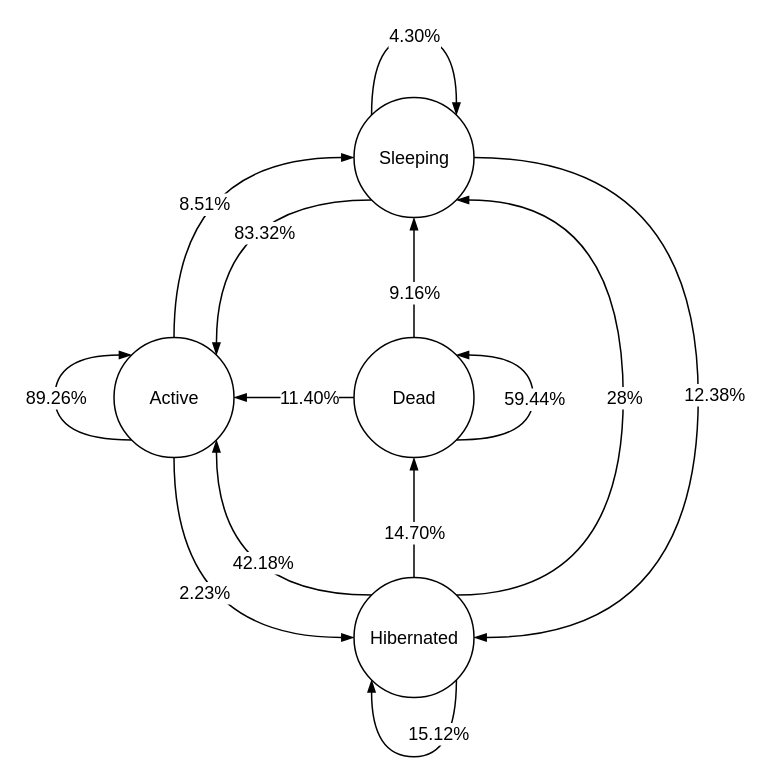
Above: Chains/average_chain.drawio in collab-uniba/developersInactivityAnalysis (draw.io), before the change. Source tidied: cells renumbered, new cells numbered last; positions are measured from the earlier drawing's top-left corner, leaving out a move shared by most shapes. Both pictures are drawn from the tidied source at 150%, with x=0, y=0 at pixel (54, 36).
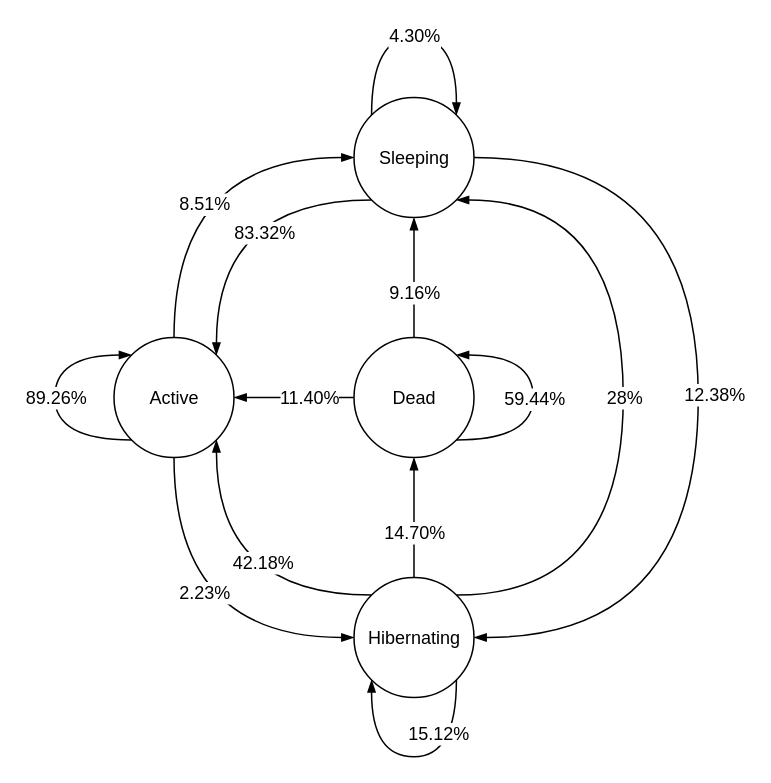
After the change.

Change to the diagram source:
```diff
@@
-    <mxCell id="23" value="Hibernated" style="ellipse;whiteSpace=wrap;html=1;" parent="1" vertex="1">
+    <mxCell id="23" value="Hibernating" style="ellipse;whiteSpace=wrap;html=1;" parent="1" vertex="1">
       <mxGeometry x="199.5" y="360.5" width="80" height="80" as="geometry" />
     </mxCell>
```
